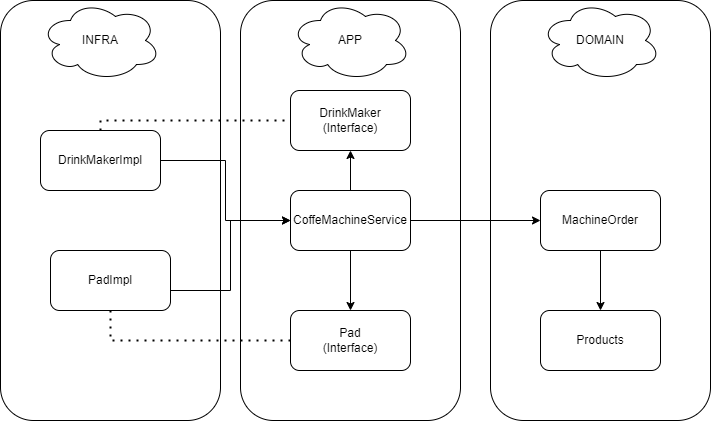
Above: coffe.png in DaniPereda/coffee (draw.io), before the change. Source tidied: cells renumbered, new cells last; positions are measured from the earlier drawing's top-left corner, leaving out a move shared by most shapes. The source it was exported from:
```xml
<mxGraphModel>
  <root>
    <mxCell id="0" />
    <mxCell id="1" parent="0" />
    <mxCell id="2" style="rounded=1;whiteSpace=wrap;html=1;" parent="1" vertex="1">
      <mxGeometry width="220" height="420" as="geometry" />
    </mxCell>
    <mxCell id="3" style="rounded=1;whiteSpace=wrap;html=1;" parent="1" vertex="1">
      <mxGeometry x="240" width="220" height="420" as="geometry" />
    </mxCell>
    <mxCell id="4" value="º" style="rounded=1;whiteSpace=wrap;html=1;" parent="1" vertex="1">
      <mxGeometry x="490" width="220" height="420" as="geometry" />
    </mxCell>
    <mxCell id="5" style="edgeStyle=orthogonalEdgeStyle;rounded=0;jettySize=auto;html=1;entryX=0;entryY=0.5;entryDx=0;entryDy=0;" parent="1" edge="1" source="6" target="17">
      <mxGeometry relative="1" as="geometry" />
    </mxCell>
    <mxCell id="6" value="DrinkMakerImpl" style="rounded=1;whiteSpace=wrap;html=1;" parent="1" vertex="1">
      <mxGeometry x="40" y="130" width="120" height="60" as="geometry" />
    </mxCell>
    <mxCell id="7" style="edgeStyle=orthogonalEdgeStyle;rounded=0;jettySize=auto;html=1;entryX=0;entryY=0.5;entryDx=0;entryDy=0;" parent="1" edge="1" source="8" target="17">
      <mxGeometry relative="1" as="geometry">
        <Array as="points">
          <mxPoint x="230" y="290" />
          <mxPoint x="230" y="220" />
        </Array>
      </mxGeometry>
    </mxCell>
    <mxCell id="8" value="PadImpl" style="rounded=1;whiteSpace=wrap;html=1;" parent="1" vertex="1">
      <mxGeometry x="50" y="250" width="120" height="60" as="geometry" />
    </mxCell>
    <mxCell id="9" value="DrinkMaker&lt;br&gt;(Interface)" style="rounded=1;whiteSpace=wrap;html=1;" parent="1" vertex="1">
      <mxGeometry x="290" y="90" width="120" height="60" as="geometry" />
    </mxCell>
    <mxCell id="10" value="Pad&lt;br&gt;(Interface)" style="rounded=1;whiteSpace=wrap;html=1;" parent="1" vertex="1">
      <mxGeometry x="290" y="310" width="120" height="60" as="geometry" />
    </mxCell>
    <mxCell id="11" style="edgeStyle=orthogonalEdgeStyle;rounded=0;jettySize=auto;html=1;" parent="1" edge="1" source="12" target="13">
      <mxGeometry relative="1" as="geometry" />
    </mxCell>
    <mxCell id="12" value="MachineOrder" style="rounded=1;whiteSpace=wrap;html=1;" parent="1" vertex="1">
      <mxGeometry x="540" y="190" width="120" height="60" as="geometry" />
    </mxCell>
    <mxCell id="13" value="Products" style="rounded=1;whiteSpace=wrap;html=1;" parent="1" vertex="1">
      <mxGeometry x="540" y="310" width="120" height="60" as="geometry" />
    </mxCell>
    <mxCell id="14" style="edgeStyle=orthogonalEdgeStyle;rounded=0;jettySize=auto;html=1;entryX=0;entryY=0.5;entryDx=0;entryDy=0;" parent="1" edge="1" source="17" target="12">
      <mxGeometry relative="1" as="geometry" />
    </mxCell>
    <mxCell id="15" style="edgeStyle=orthogonalEdgeStyle;rounded=0;jettySize=auto;html=1;" parent="1" edge="1" source="17" target="10">
      <mxGeometry relative="1" as="geometry" />
    </mxCell>
    <mxCell id="16" style="edgeStyle=orthogonalEdgeStyle;rounded=0;jettySize=auto;html=1;entryX=0.5;entryY=1;entryDx=0;entryDy=0;" parent="1" edge="1" source="17" target="9">
      <mxGeometry relative="1" as="geometry" />
    </mxCell>
    <mxCell id="17" value="CoffeMachineService" style="rounded=1;whiteSpace=wrap;html=1;" parent="1" vertex="1">
      <mxGeometry x="290" y="190" width="120" height="60" as="geometry" />
    </mxCell>
    <mxCell id="18" value="INFRA" style="ellipse;shape=cloud;whiteSpace=wrap;html=1;" parent="1" vertex="1">
      <mxGeometry x="40" width="120" height="80" as="geometry" />
    </mxCell>
    <mxCell id="19" value="APP" style="ellipse;shape=cloud;whiteSpace=wrap;html=1;" parent="1" vertex="1">
      <mxGeometry x="290" width="120" height="80" as="geometry" />
    </mxCell>
    <mxCell id="20" value="DOMAIN" style="ellipse;shape=cloud;whiteSpace=wrap;html=1;" parent="1" vertex="1">
      <mxGeometry x="540" width="120" height="80" as="geometry" />
    </mxCell>
    <mxCell id="21" style="endArrow=none;dashed=1;html=1;dashPattern=1 3;strokeWidth=2;rounded=0;entryX=0;entryY=0.5;entryDx=0;entryDy=0;exitX=0.5;exitY=1;exitDx=0;exitDy=0;" parent="1" edge="1" source="8" target="10">
      <mxGeometry relative="1" as="geometry">
        <Array as="points">
          <mxPoint x="110" y="340" />
        </Array>
      </mxGeometry>
    </mxCell>
    <mxCell id="22" style="endArrow=none;dashed=1;html=1;dashPattern=1 3;strokeWidth=2;rounded=0;exitX=0.5;exitY=0;exitDx=0;exitDy=0;entryX=0;entryY=0.5;entryDx=0;entryDy=0;" parent="1" edge="1" source="6" target="9">
      <mxGeometry relative="1" as="geometry">
        <Array as="points">
          <mxPoint x="100" y="120" />
        </Array>
      </mxGeometry>
    </mxCell>
  </root>
</mxGraphModel>
```
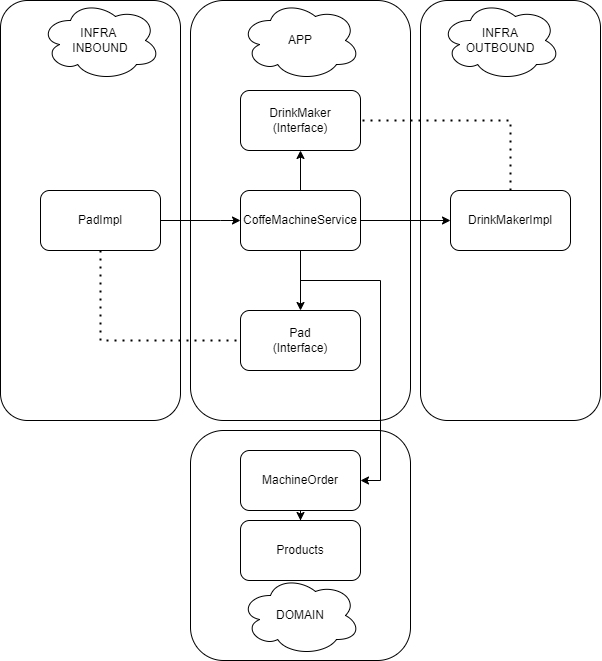
The same diagram one commit later.

Change to the diagram source:
```diff
@@ -2,49 +2,55 @@
   <root>
     <mxCell id="0" />
     <mxCell id="1" parent="0" />
+    <mxCell id="23" style="rounded=1;whiteSpace=wrap;html=1;" parent="1" vertex="1">
+      <mxGeometry x="420" width="180" height="420" as="geometry" />
+    </mxCell>
     <mxCell id="2" style="rounded=1;whiteSpace=wrap;html=1;" parent="1" vertex="1">
-      <mxGeometry width="220" height="420" as="geometry" />
+      <mxGeometry width="180" height="420" as="geometry" />
     </mxCell>
     <mxCell id="3" style="rounded=1;whiteSpace=wrap;html=1;" parent="1" vertex="1">
-      <mxGeometry x="240" width="220" height="420" as="geometry" />
+      <mxGeometry x="190" width="220" height="420" as="geometry" />
     </mxCell>
     <mxCell id="4" value="º" style="rounded=1;whiteSpace=wrap;html=1;" parent="1" vertex="1">
-      <mxGeometry x="490" width="220" height="420" as="geometry" />
+      <mxGeometry x="190" y="430" width="220" height="230" as="geometry" />
     </mxCell>
-    <mxCell id="5" style="edgeStyle=orthogonalEdgeStyle;rounded=0;jettySize=auto;html=1;entryX=0;entryY=0.5;entryDx=0;entryDy=0;" parent="1" edge="1" source="6" target="17">
-      <mxGeometry relative="1" as="geometry" />
-    </mxCell>
     <mxCell id="6" value="DrinkMakerImpl" style="rounded=1;whiteSpace=wrap;html=1;" parent="1" vertex="1">
-      <mxGeometry x="40" y="130" width="120" height="60" as="geometry" />
+      <mxGeometry x="450" y="190" width="120" height="60" as="geometry" />
     </mxCell>
     <mxCell id="7" style="edgeStyle=orthogonalEdgeStyle;rounded=0;jettySize=auto;html=1;entryX=0;entryY=0.5;entryDx=0;entryDy=0;" parent="1" edge="1" source="8" target="17">
       <mxGeometry relative="1" as="geometry">
         <Array as="points">
-          <mxPoint x="230" y="290" />
-          <mxPoint x="230" y="220" />
+          <mxPoint x="220" y="220" />
+          <mxPoint x="220" y="220" />
         </Array>
       </mxGeometry>
     </mxCell>
     <mxCell id="8" value="PadImpl" style="rounded=1;whiteSpace=wrap;html=1;" parent="1" vertex="1">
-      <mxGeometry x="50" y="250" width="120" height="60" as="geometry" />
+      <mxGeometry x="40" y="190" width="120" height="60" as="geometry" />
     </mxCell>
     <mxCell id="9" value="DrinkMaker&lt;br&gt;(Interface)" style="rounded=1;whiteSpace=wrap;html=1;" parent="1" vertex="1">
-      <mxGeometry x="290" y="90" width="120" height="60" as="geometry" />
+      <mxGeometry x="240" y="90" width="120" height="60" as="geometry" />
     </mxCell>
     <mxCell id="10" value="Pad&lt;br&gt;(Interface)" style="rounded=1;whiteSpace=wrap;html=1;" parent="1" vertex="1">
-      <mxGeometry x="290" y="310" width="120" height="60" as="geometry" />
+      <mxGeometry x="240" y="310" width="120" height="60" as="geometry" />
     </mxCell>
     <mxCell id="11" style="edgeStyle=orthogonalEdgeStyle;rounded=0;jettySize=auto;html=1;" parent="1" edge="1" source="12" target="13">
       <mxGeometry relative="1" as="geometry" />
     </mxCell>
     <mxCell id="12" value="MachineOrder" style="rounded=1;whiteSpace=wrap;html=1;" parent="1" vertex="1">
-      <mxGeometry x="540" y="190" width="120" height="60" as="geometry" />
+      <mxGeometry x="240" y="450" width="120" height="60" as="geometry" />
     </mxCell>
     <mxCell id="13" value="Products" style="rounded=1;whiteSpace=wrap;html=1;" parent="1" vertex="1">
-      <mxGeometry x="540" y="310" width="120" height="60" as="geometry" />
+      <mxGeometry x="240" y="520" width="120" height="60" as="geometry" />
     </mxCell>
-    <mxCell id="14" style="edgeStyle=orthogonalEdgeStyle;rounded=0;jettySize=auto;html=1;entryX=0;entryY=0.5;entryDx=0;entryDy=0;" parent="1" edge="1" source="17" target="12">
-      <mxGeometry relative="1" as="geometry" />
+    <mxCell id="14" style="edgeStyle=orthogonalEdgeStyle;rounded=0;jettySize=auto;html=1;entryX=1;entryY=0.5;entryDx=0;entryDy=0;" parent="1" edge="1" source="17" target="12">
+      <mxGeometry relative="1" as="geometry">
+        <Array as="points">
+          <mxPoint x="300" y="280" />
+          <mxPoint x="380" y="280" />
+          <mxPoint x="380" y="480" />
+        </Array>
+      </mxGeometry>
     </mxCell>
     <mxCell id="15" style="edgeStyle=orthogonalEdgeStyle;rounded=0;jettySize=auto;html=1;" parent="1" edge="1" source="17" target="10">
       <mxGeometry relative="1" as="geometry" />
@@ -52,31 +58,38 @@
     <mxCell id="16" style="edgeStyle=orthogonalEdgeStyle;rounded=0;jettySize=auto;html=1;entryX=0.5;entryY=1;entryDx=0;entryDy=0;" parent="1" edge="1" source="17" target="9">
       <mxGeometry relative="1" as="geometry" />
     </mxCell>
+    <mxCell id="24" style="edgeStyle=orthogonalEdgeStyle;rounded=0;jettySize=auto;html=1;entryX=0;entryY=0.5;entryDx=0;entryDy=0;" parent="1" edge="1" source="17" target="6">
+      <mxGeometry relative="1" as="geometry" />
+    </mxCell>
     <mxCell id="17" value="CoffeMachineService" style="rounded=1;whiteSpace=wrap;html=1;" parent="1" vertex="1">
-      <mxGeometry x="290" y="190" width="120" height="60" as="geometry" />
+      <mxGeometry x="240" y="190" width="120" height="60" as="geometry" />
     </mxCell>
-    <mxCell id="18" value="INFRA" style="ellipse;shape=cloud;whiteSpace=wrap;html=1;" parent="1" vertex="1">
+    <mxCell id="18" value="INFRA &lt;br&gt;INBOUND" style="ellipse;shape=cloud;whiteSpace=wrap;html=1;" parent="1" vertex="1">
       <mxGeometry x="40" width="120" height="80" as="geometry" />
     </mxCell>
     <mxCell id="19" value="APP" style="ellipse;shape=cloud;whiteSpace=wrap;html=1;" parent="1" vertex="1">
-      <mxGeometry x="290" width="120" height="80" as="geometry" />
+      <mxGeometry x="240" width="120" height="80" as="geometry" />
     </mxCell>
     <mxCell id="20" value="DOMAIN" style="ellipse;shape=cloud;whiteSpace=wrap;html=1;" parent="1" vertex="1">
-      <mxGeometry x="540" width="120" height="80" as="geometry" />
+      <mxGeometry x="240" y="575" width="120" height="80" as="geometry" />
     </mxCell>
-    <mxCell id="21" style="endArrow=none;dashed=1;html=1;dashPattern=1 3;strokeWidth=2;rounded=0;entryX=0;entryY=0.5;entryDx=0;entryDy=0;exitX=0.5;exitY=1;exitDx=0;exitDy=0;" parent="1" edge="1" source="8" target="10">
+    <mxCell id="21" style="endArrow=none;dashed=1;html=1;dashPattern=1 3;strokeWidth=2;rounded=0;exitX=0.5;exitY=1;exitDx=0;exitDy=0;" parent="1" edge="1" source="8">
       <mxGeometry relative="1" as="geometry">
+        <mxPoint x="240" y="340" as="targetPoint" />
         <Array as="points">
-          <mxPoint x="110" y="340" />
+          <mxPoint x="100" y="340" />
         </Array>
       </mxGeometry>
     </mxCell>
-    <mxCell id="22" style="endArrow=none;dashed=1;html=1;dashPattern=1 3;strokeWidth=2;rounded=0;exitX=0.5;exitY=0;exitDx=0;exitDy=0;entryX=0;entryY=0.5;entryDx=0;entryDy=0;" parent="1" edge="1" source="6" target="9">
+    <mxCell id="22" style="endArrow=none;dashed=1;html=1;dashPattern=1 3;strokeWidth=2;rounded=0;exitX=0.5;exitY=0;exitDx=0;exitDy=0;entryX=1;entryY=0.5;entryDx=0;entryDy=0;" parent="1" edge="1" source="6" target="9">
       <mxGeometry relative="1" as="geometry">
         <Array as="points">
-          <mxPoint x="100" y="120" />
+          <mxPoint x="510" y="120" />
         </Array>
       </mxGeometry>
     </mxCell>
+    <mxCell id="25" value="INFRA&lt;br&gt;OUTBOUND" style="ellipse;shape=cloud;whiteSpace=wrap;html=1;" parent="1" vertex="1">
+      <mxGeometry x="440" width="120" height="80" as="geometry" />
+    </mxCell>
   </root>
 </mxGraphModel>
```
